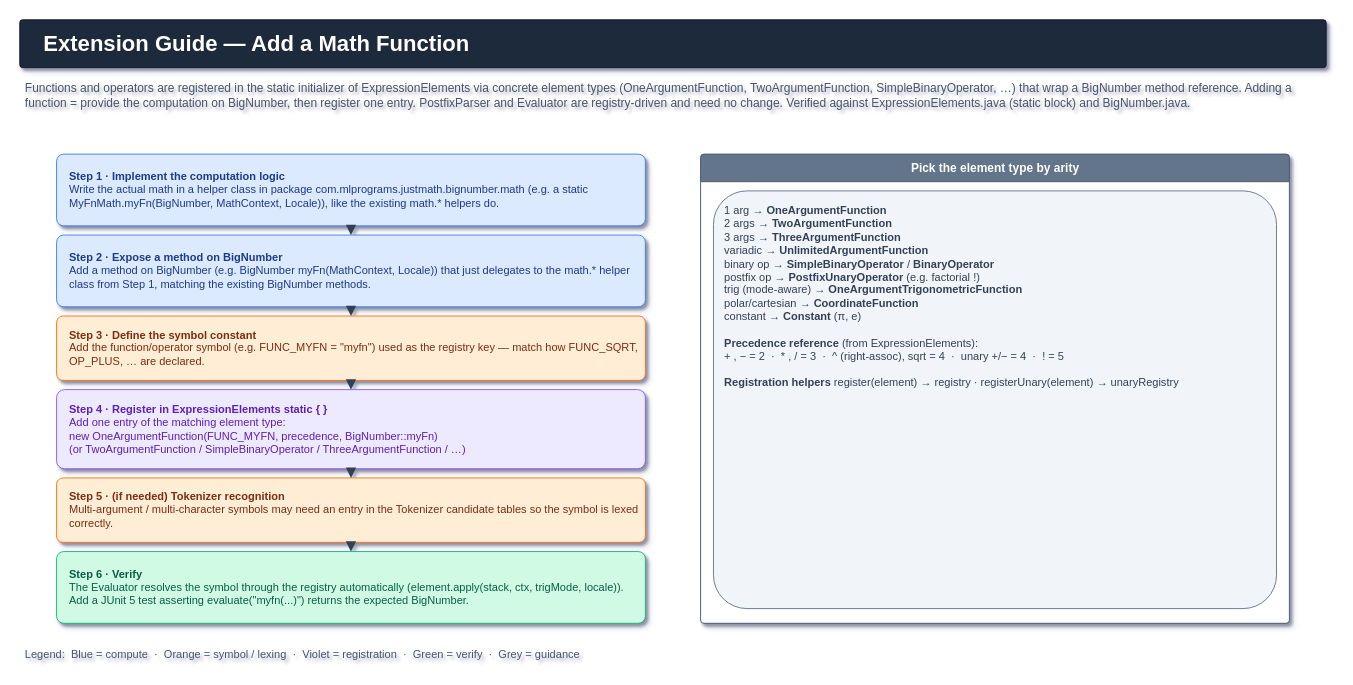
Before: docs/diagrams/extension guide for developers/extension add function.drawio in lembergmax/JustMath, a draw.io diagram. Source tidied: cells renumbered, new cells numbered last; positions are measured from the earlier drawing's top-left corner, leaving out a move shared by most shapes. Both pictures are drawn from the tidied source at 92%, with x=0, y=0 at pixel (19, 19).
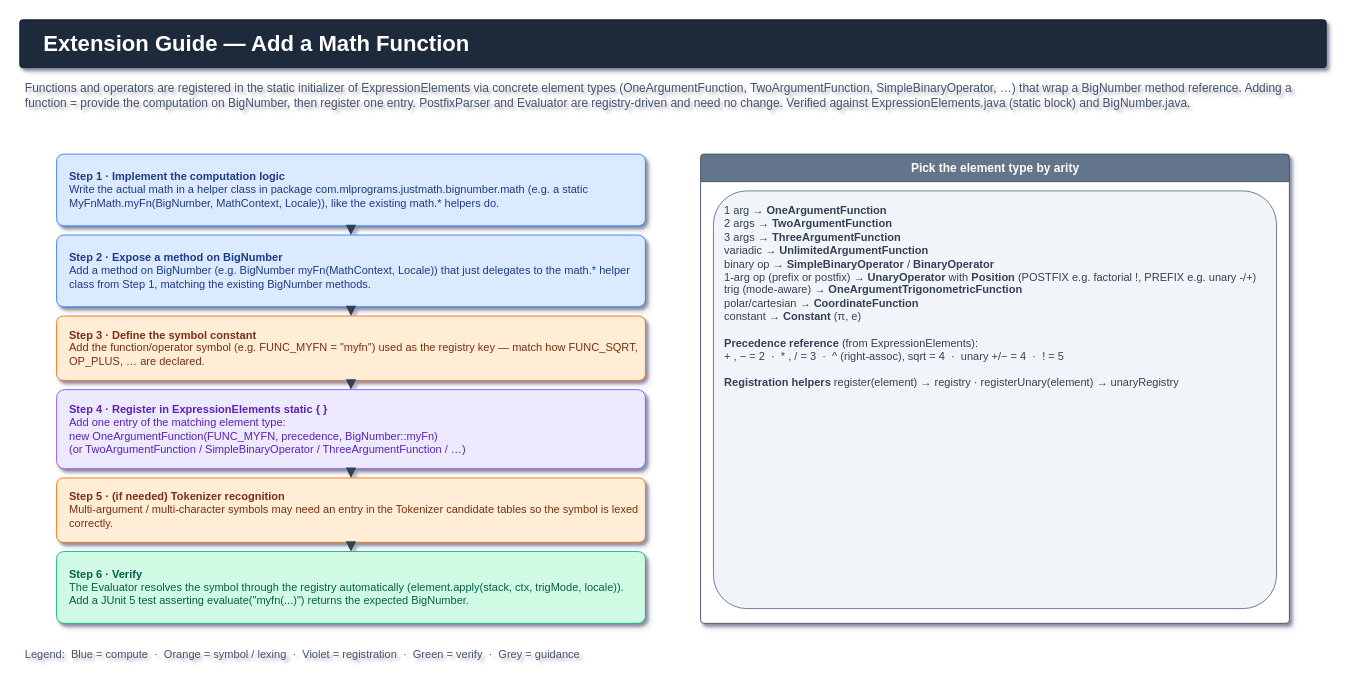
The same diagram, later.

Commit message (it also covers changes not shown here):
Refactor calculator: PostfixUnaryOperator -> UnaryOperator with Position

What changed in the source:
```diff
@@
 <mxGraphModel shadow="1">
   <root>
     <mxCell id="0" />
     <mxCell id="1" parent="0" />
     <mxCell id="2" value="Extension Guide — Add a Math Function" style="rounded=1;arcSize=6;html=1;fillColor=#1E293B;strokeColor=#0F172A;fontColor=#FFFFFF;fontSize=24;fontStyle=1;fontFamily=Helvetica;align=left;verticalAlign=middle;spacingLeft=24;shadow=1;" parent="1" vertex="1">
       <mxGeometry width="1420" height="52" as="geometry" />
     </mxCell>
     <mxCell id="3" value="Functions and operators are registered in the static initializer of ExpressionElements via concrete element types (OneArgumentFunction, TwoArgumentFunction, SimpleBinaryOperator, …) that wrap a BigNumber method reference. Adding a function = provide the computation on BigNumber, then register one entry. PostfixParser and Evaluator are registry-driven and need no change. Verified against ExpressionElements.java (static block) and BigNumber.java." style="text;html=1;fontColor=#475569;fontSize=13;fontFamily=Helvetica;align=left;verticalAlign=top;whiteSpace=wrap;" parent="1" vertex="1">
       <mxGeometry x="4" y="60" width="1416" height="56" as="geometry" />
     </mxCell>
     <mxCell id="4" value="&lt;b&gt;Step 1 · Implement the computation logic&lt;/b&gt;&lt;br&gt;Write the actual math in a helper class in package com.mlprograms.justmath.bignumber.math (e.g. a static MyFnMath.myFn(BigNumber, MathContext, Locale)), like the existing math.* helpers do." style="rounded=1;arcSize=10;html=1;fillColor=#DBEAFE;strokeColor=#3B82F6;fontColor=#1E3A8A;fontSize=12;fontFamily=Helvetica;align=left;verticalAlign=middle;whiteSpace=wrap;spacingLeft=12;shadow=1;" parent="1" vertex="1">
       <mxGeometry x="40" y="146" width="640" height="78" as="geometry" />
     </mxCell>
     <mxCell id="5" value="&lt;b&gt;Step 2 · Expose a method on BigNumber&lt;/b&gt;&lt;br&gt;Add a method on BigNumber (e.g. BigNumber myFn(MathContext, Locale)) that just delegates to the math.* helper class from Step 1, matching the existing BigNumber methods." style="rounded=1;arcSize=10;html=1;fillColor=#DBEAFE;strokeColor=#3B82F6;fontColor=#1E3A8A;fontSize=12;fontFamily=Helvetica;align=left;verticalAlign=middle;whiteSpace=wrap;spacingLeft=12;shadow=1;" parent="1" vertex="1">
       <mxGeometry x="40" y="234" width="640" height="78" as="geometry" />
     </mxCell>
     <mxCell id="6" value="&lt;b&gt;Step 3 · Define the symbol constant&lt;/b&gt;&lt;br&gt;Add the function/operator symbol (e.g. FUNC_MYFN = &quot;myfn&quot;) used as the registry key — match how FUNC_SQRT, OP_PLUS, … are declared." style="rounded=1;arcSize=10;html=1;fillColor=#FFEDD5;strokeColor=#F97316;fontColor=#7C2D12;fontSize=12;fontFamily=Helvetica;align=left;verticalAlign=middle;whiteSpace=wrap;spacingLeft=12;shadow=1;" parent="1" vertex="1">
       <mxGeometry x="40" y="322" width="640" height="70" as="geometry" />
     </mxCell>
     <mxCell id="7" value="&lt;b&gt;Step 4 · Register in ExpressionElements static { }&lt;/b&gt;&lt;br&gt;Add one entry of the matching element type:&lt;br&gt;new OneArgumentFunction(FUNC_MYFN, precedence, BigNumber::myFn)&lt;br&gt;(or TwoArgumentFunction / SimpleBinaryOperator / ThreeArgumentFunction / …)" style="rounded=1;arcSize=10;html=1;fillColor=#EDE9FE;strokeColor=#8B5CF6;fontColor=#5B21B6;fontSize=12;fontFamily=Helvetica;align=left;verticalAlign=middle;whiteSpace=wrap;spacingLeft=12;shadow=1;" parent="1" vertex="1">
       <mxGeometry x="40" y="402" width="640" height="86" as="geometry" />
     </mxCell>
     <mxCell id="8" value="&lt;b&gt;Step 5 · (if needed) Tokenizer recognition&lt;/b&gt;&lt;br&gt;Multi-argument / multi-character symbols may need an entry in the Tokenizer candidate tables so the symbol is lexed correctly." style="rounded=1;arcSize=10;html=1;fillColor=#FFEDD5;strokeColor=#F97316;fontColor=#7C2D12;fontSize=12;fontFamily=Helvetica;align=left;verticalAlign=middle;whiteSpace=wrap;spacingLeft=12;shadow=1;" parent="1" vertex="1">
       <mxGeometry x="40" y="498" width="640" height="70" as="geometry" />
     </mxCell>
     <mxCell id="9" value="&lt;b&gt;Step 6 · Verify&lt;/b&gt;&lt;br&gt;The Evaluator resolves the symbol through the registry automatically (element.apply(stack, ctx, trigMode, locale)). Add a JUnit 5 test asserting evaluate(&quot;myfn(...)&quot;) returns the expected BigNumber." style="rounded=1;arcSize=10;html=1;fillColor=#D1FAE5;strokeColor=#10B981;fontColor=#065F46;fontSize=12;fontFamily=Helvetica;align=left;verticalAlign=middle;whiteSpace=wrap;spacingLeft=12;shadow=1;" parent="1" vertex="1">
       <mxGeometry x="40" y="578" width="640" height="78" as="geometry" />
     </mxCell>
     <mxCell id="10" value="Pick the element type by arity" style="swimlane;rounded=1;arcSize=4;html=1;startSize=30;fillColor=#64748B;strokeColor=#475569;fontColor=#FFFFFF;fontStyle=1;fontSize=13;fontFamily=Helvetica;align=center;verticalAlign=middle;swimlaneFillColor=#FFFFFF;shadow=1;" parent="1" vertex="1">
       <mxGeometry x="740" y="146" width="640" height="510" as="geometry" />
     </mxCell>
-    <mxCell id="11" value="1 arg → &lt;b&gt;OneArgumentFunction&lt;/b&gt;&lt;br&gt;2 args → &lt;b&gt;TwoArgumentFunction&lt;/b&gt;&lt;br&gt;3 args → &lt;b&gt;ThreeArgumentFunction&lt;/b&gt;&lt;br&gt;variadic → &lt;b&gt;UnlimitedArgumentFunction&lt;/b&gt;&lt;br&gt;binary op → &lt;b&gt;SimpleBinaryOperator&lt;/b&gt; / &lt;b&gt;BinaryOperator&lt;/b&gt;&lt;br&gt;postfix op → &lt;b&gt;PostfixUnaryOperator&lt;/b&gt; (e.g. factorial !)&lt;br&gt;trig (mode-aware) → &lt;b&gt;OneArgumentTrigonometricFunction&lt;/b&gt;&lt;br&gt;polar/cartesian → &lt;b&gt;CoordinateFunction&lt;/b&gt;&lt;br&gt;constant → &lt;b&gt;Constant&lt;/b&gt; (π, e)&lt;br&gt;&lt;br&gt;&lt;b&gt;Precedence reference&lt;/b&gt; (from ExpressionElements):&lt;br&gt;+ , −  = 2  ·  * , /  = 3  ·  ^ (right-assoc), sqrt = 4  ·  unary +/− = 4  ·  ! = 5&lt;br&gt;&lt;br&gt;&lt;b&gt;Registration helpers&lt;/b&gt; register(element) → registry · registerUnary(element) → unaryRegistry" style="text;html=1;fillColor=#F1F5F9;strokeColor=#64748B;fontColor=#334155;fontSize=12;fontFamily=Helvetica;align=left;verticalAlign=top;whiteSpace=wrap;rounded=1;arcSize=8;spacingLeft=10;spacingTop=8;spacingRight=10;" parent="10" vertex="1">
+    <mxCell id="11" value="1 arg → &lt;b&gt;OneArgumentFunction&lt;/b&gt;&lt;br&gt;2 args → &lt;b&gt;TwoArgumentFunction&lt;/b&gt;&lt;br&gt;3 args → &lt;b&gt;ThreeArgumentFunction&lt;/b&gt;&lt;br&gt;variadic → &lt;b&gt;UnlimitedArgumentFunction&lt;/b&gt;&lt;br&gt;binary op → &lt;b&gt;SimpleBinaryOperator&lt;/b&gt; / &lt;b&gt;BinaryOperator&lt;/b&gt;&lt;br&gt;1-arg op (prefix or postfix) → &lt;b&gt;UnaryOperator&lt;/b&gt; with &lt;b&gt;Position&lt;/b&gt; (POSTFIX e.g. factorial !, PREFIX e.g. unary -/+)&lt;br&gt;trig (mode-aware) → &lt;b&gt;OneArgumentTrigonometricFunction&lt;/b&gt;&lt;br&gt;polar/cartesian → &lt;b&gt;CoordinateFunction&lt;/b&gt;&lt;br&gt;constant → &lt;b&gt;Constant&lt;/b&gt; (π, e)&lt;br&gt;&lt;br&gt;&lt;b&gt;Precedence reference&lt;/b&gt; (from ExpressionElements):&lt;br&gt;+ , −  = 2  ·  * , /  = 3  ·  ^ (right-assoc), sqrt = 4  ·  unary +/− = 4  ·  ! = 5&lt;br&gt;&lt;br&gt;&lt;b&gt;Registration helpers&lt;/b&gt; register(element) → registry · registerUnary(element) → unaryRegistry" style="text;html=1;fillColor=#F1F5F9;strokeColor=#64748B;fontColor=#334155;fontSize=12;fontFamily=Helvetica;align=left;verticalAlign=top;whiteSpace=wrap;rounded=1;arcSize=8;spacingLeft=10;spacingTop=8;spacingRight=10;" parent="10" vertex="1">
       <mxGeometry x="14" y="40" width="612" height="454" as="geometry" />
     </mxCell>
     <mxCell id="12" style="endArrow=block;html=1;rounded=1;strokeColor=#334155;strokeWidth=2;" parent="1" edge="1" source="4" target="5">
       <mxGeometry relative="1" as="geometry" />
     </mxCell>
     <mxCell id="13" style="endArrow=block;html=1;rounded=1;strokeColor=#334155;strokeWidth=2;" parent="1" edge="1" source="5" target="6">
       <mxGeometry relative="1" as="geometry" />
     </mxCell>
     <mxCell id="14" style="endArrow=block;html=1;rounded=1;strokeColor=#334155;strokeWidth=2;" parent="1" edge="1" source="6" target="7">
       <mxGeometry relative="1" as="geometry" />
     </mxCell>
     <mxCell id="15" style="endArrow=block;html=1;rounded=1;strokeColor=#334155;strokeWidth=2;" parent="1" edge="1" source="7" target="8">
       <mxGeometry relative="1" as="geometry" />
     </mxCell>
     <mxCell id="16" style="endArrow=block;html=1;rounded=1;strokeColor=#334155;strokeWidth=2;" parent="1" edge="1" source="8" target="9">
       <mxGeometry relative="1" as="geometry" />
     </mxCell>
     <mxCell id="17" value="Legend:  Blue = compute  ·  Orange = symbol / lexing  ·  Violet = registration  ·  Green = verify  ·  Grey = guidance" style="text;html=1;fontColor=#475569;fontSize=12;fontFamily=Helvetica;align=left;" parent="1" vertex="1">
       <mxGeometry x="4" y="676" width="700" height="24" as="geometry" />
     </mxCell>
   </root>
 </mxGraphModel>
```
